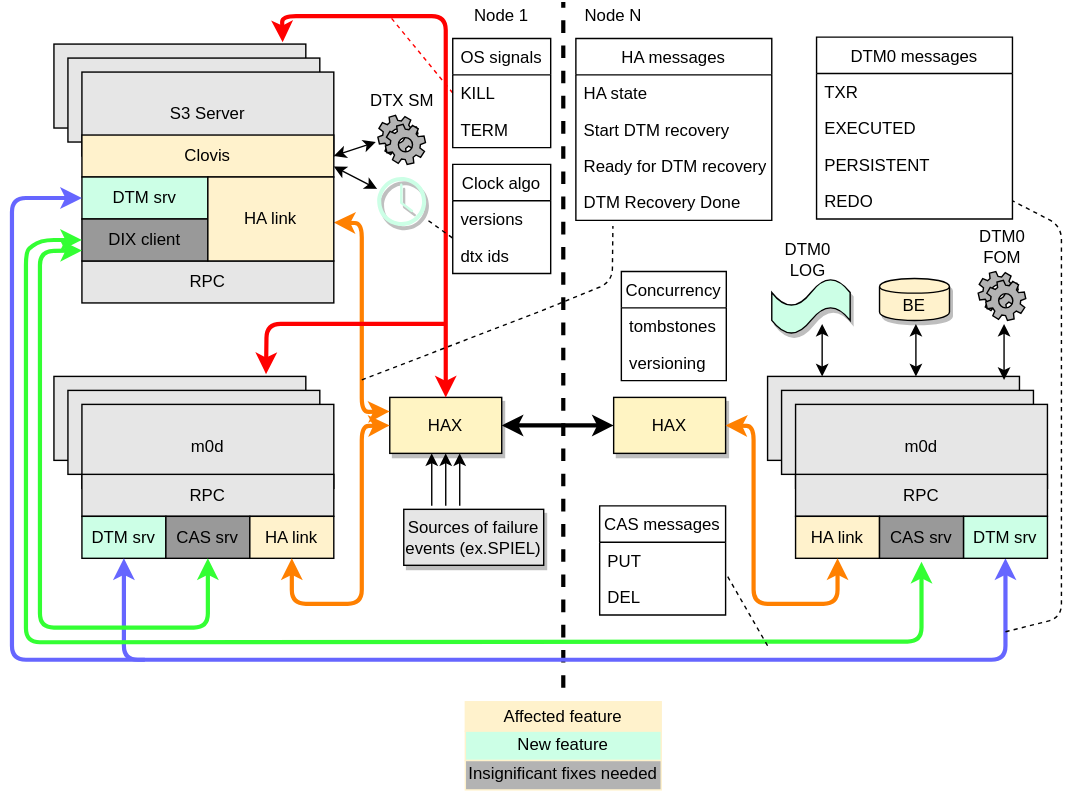
This is doc/dev/dtm/logical-spec.svg from Seagate/cortx-motr, a draw.io export, as it was before one commit. Source tidied: cells renumbered, new cells last; positions are measured from the earlier drawing's top-left corner, leaving out a move shared by most shapes.
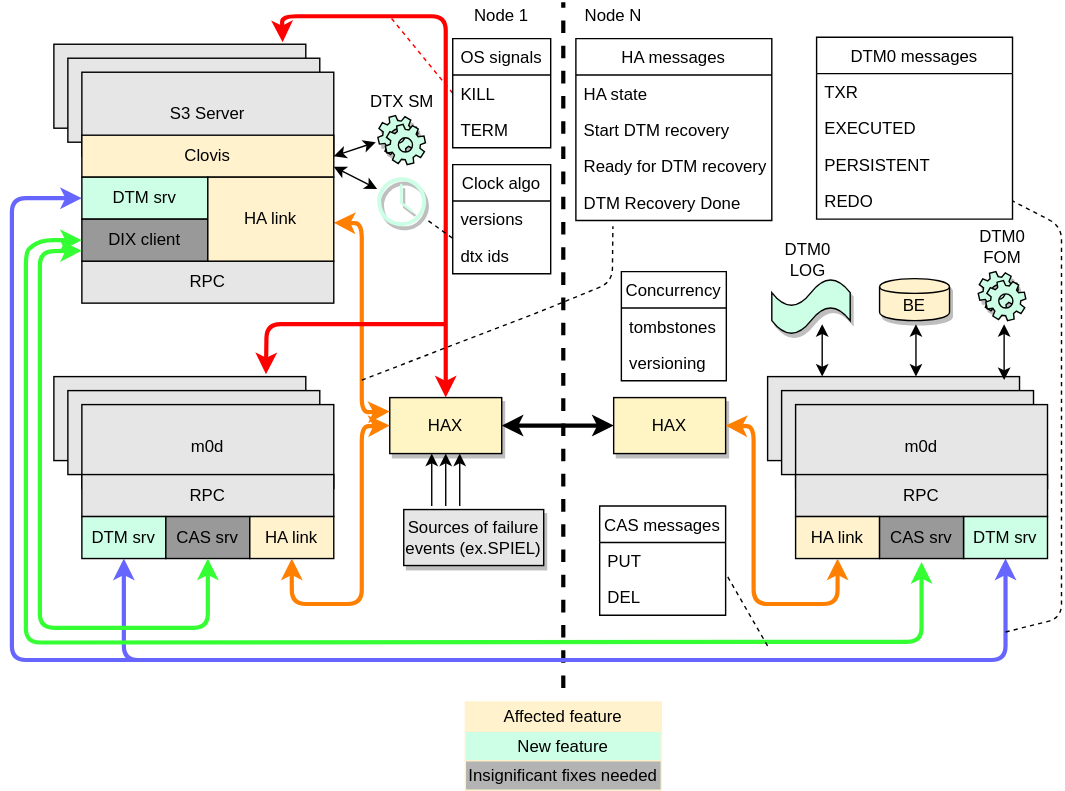
Above is the later version.

Diff of the diagram source:
```diff
@@ -261,7 +261,7 @@
     <mxCell id="60" style="endArrow=none;dashed=1;html=1;exitX=-0.004;exitY=0.018;exitDx=0;exitDy=0;exitPerimeter=0;" parent="1" edge="1" source="49" target="33">
       <mxGeometry relative="1" as="geometry" />
     </mxCell>
-    <mxCell id="61" style="shape=mxgraph.bpmn.service_task;html=1;shadow=0;strokeColor=#000000;fillColor=#B3B3B3;" parent="1" vertex="1">
+    <mxCell id="61" style="shape=mxgraph.bpmn.service_task;html=1;shadow=1;strokeColor=#000000;fillColor=#CCFFE6;" parent="1" vertex="1">
       <mxGeometry x="261.5" y="81" width="34" height="35" as="geometry" />
     </mxCell>
     <mxCell id="62" value="DTX SM" style="text;html=1;strokeColor=none;fillColor=none;align=center;verticalAlign=middle;whiteSpace=wrap;rounded=0;" parent="1" vertex="1">
@@ -270,7 +270,7 @@
     <mxCell id="63" style="endArrow=classic;startArrow=classic;html=1;shadow=0;strokeColor=#000000;fillColor=#E6E6E6;exitX=1;exitY=0.75;exitDx=0;exitDy=0;" parent="1" edge="1" source="9" target="33">
       <mxGeometry relative="1" as="geometry" />
     </mxCell>
-    <mxCell id="64" style="shape=mxgraph.bpmn.service_task;html=1;shadow=0;strokeColor=#000000;fillColor=#B3B3B3;" parent="1" vertex="1">
+    <mxCell id="64" style="shape=mxgraph.bpmn.service_task;html=1;shadow=1;fillColor=#CCFFE6;gradientColor=none;labelBackgroundColor=none;labelBorderColor=none;" parent="1" vertex="1">
       <mxGeometry x="690.5" y="192.5" width="34" height="35" as="geometry" />
     </mxCell>
     <mxCell id="65" value="DTM0 FOM" style="text;html=1;strokeColor=none;fillColor=none;align=center;verticalAlign=middle;whiteSpace=wrap;rounded=0;" parent="1" vertex="1">
```
